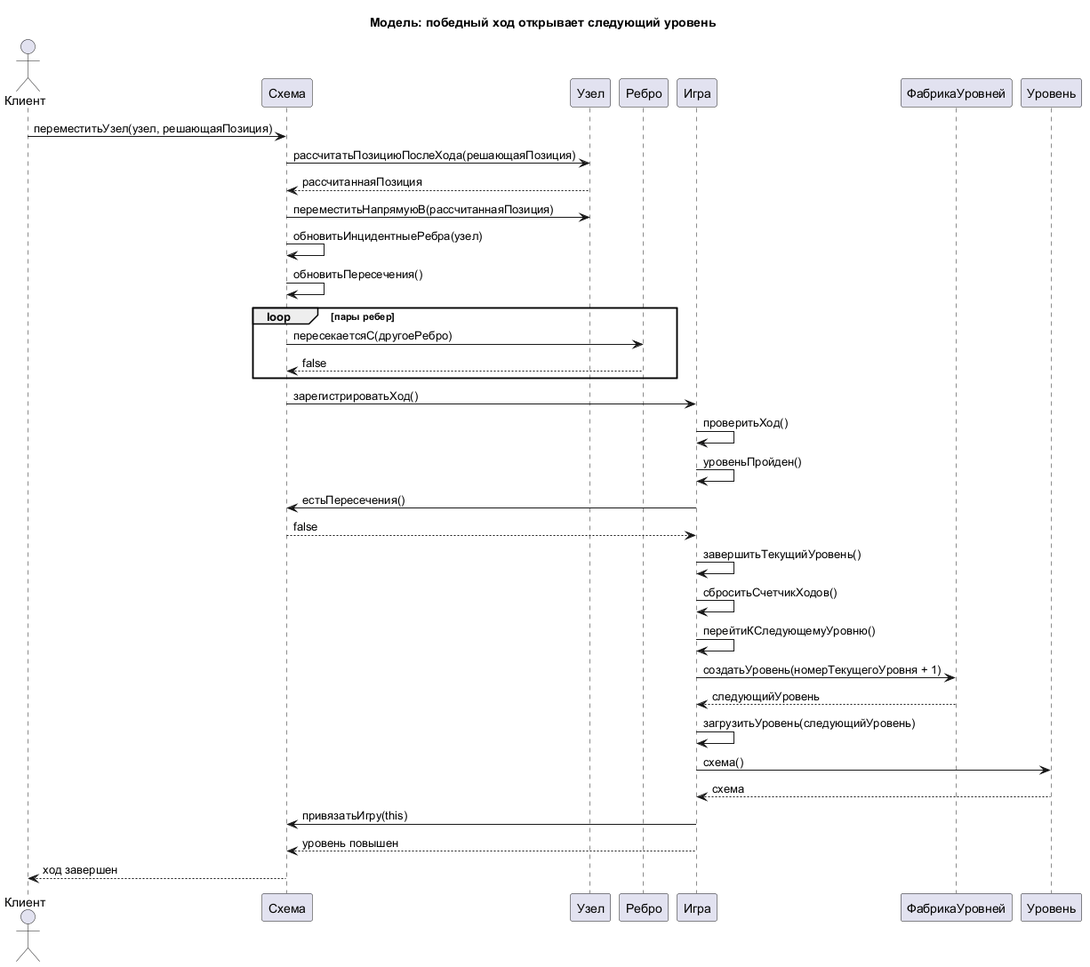
The PlantUML diagram diagrams/Model sequence diagrams/03 Winning move advances level.png in dmitriyBreyfogel/Untangle, before a commit.
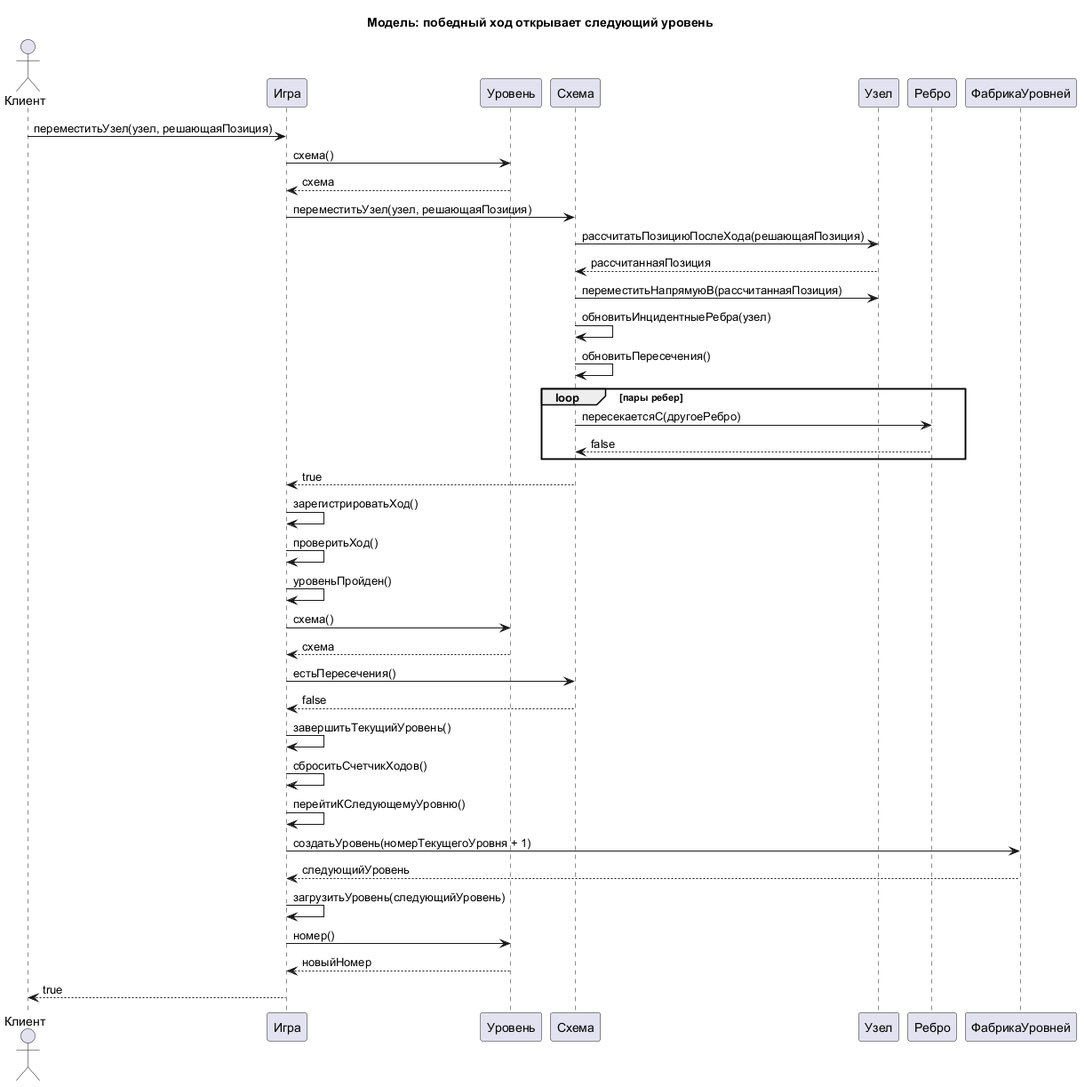
Later version of the same file.

Diff of the diagram source:
```diff
@@ -2,14 +2,17 @@
 title Модель: победный ход открывает следующий уровень
 
 actor Клиент
+participant "Игра" as Игра
+participant "Уровень" as Уровень
 participant "Схема" as Схема
 participant "Узел" as Узел
 participant "Ребро" as Ребро
-participant "Игра" as Игра
 participant "ФабрикаУровней" as ФабрикаУровней
-participant "Уровень" as Уровень
 
-Клиент -> Схема : переместитьУзел(узел, решающаяПозиция)
+Клиент -> Игра : переместитьУзел(узел, решающаяПозиция)
+Игра -> Уровень : схема()
+Уровень --> Игра : схема
+Игра -> Схема : переместитьУзел(узел, решающаяПозиция)
 Схема -> Узел : рассчитатьПозициюПослеХода(решающаяПозиция)
 Узел --> Схема : рассчитаннаяПозиция
 Схема -> Узел : переместитьНапрямуюВ(рассчитаннаяПозиция)
@@ -19,9 +22,12 @@
     Схема -> Ребро : пересекаетсяС(другоеРебро)
     Ребро --> Схема : false
 end
-Схема -> Игра : зарегистрироватьХод()
+Схема --> Игра : true
+Игра -> Игра : зарегистрироватьХод()
 Игра -> Игра : проверитьХод()
 Игра -> Игра : уровеньПройден()
+Игра -> Уровень : схема()
+Уровень --> Игра : схема
 Игра -> Схема : естьПересечения()
 Схема --> Игра : false
 Игра -> Игра : завершитьТекущийУровень()
@@ -30,10 +36,8 @@
 Игра -> ФабрикаУровней : создатьУровень(номерТекущегоУровня + 1)
 ФабрикаУровней --> Игра : следующийУровень
 Игра -> Игра : загрузитьУровень(следующийУровень)
-Игра -> Уровень : схема()
-Уровень --> Игра : схема
-Игра -> Схема : привязатьИгру(this)
-Игра --> Схема : уровень повышен
-Схема --> Клиент : ход завершен
+Игра -> Уровень : номер()
+Уровень --> Игра : новыйНомер
+Игра --> Клиент : true
 
 @enduml
```
